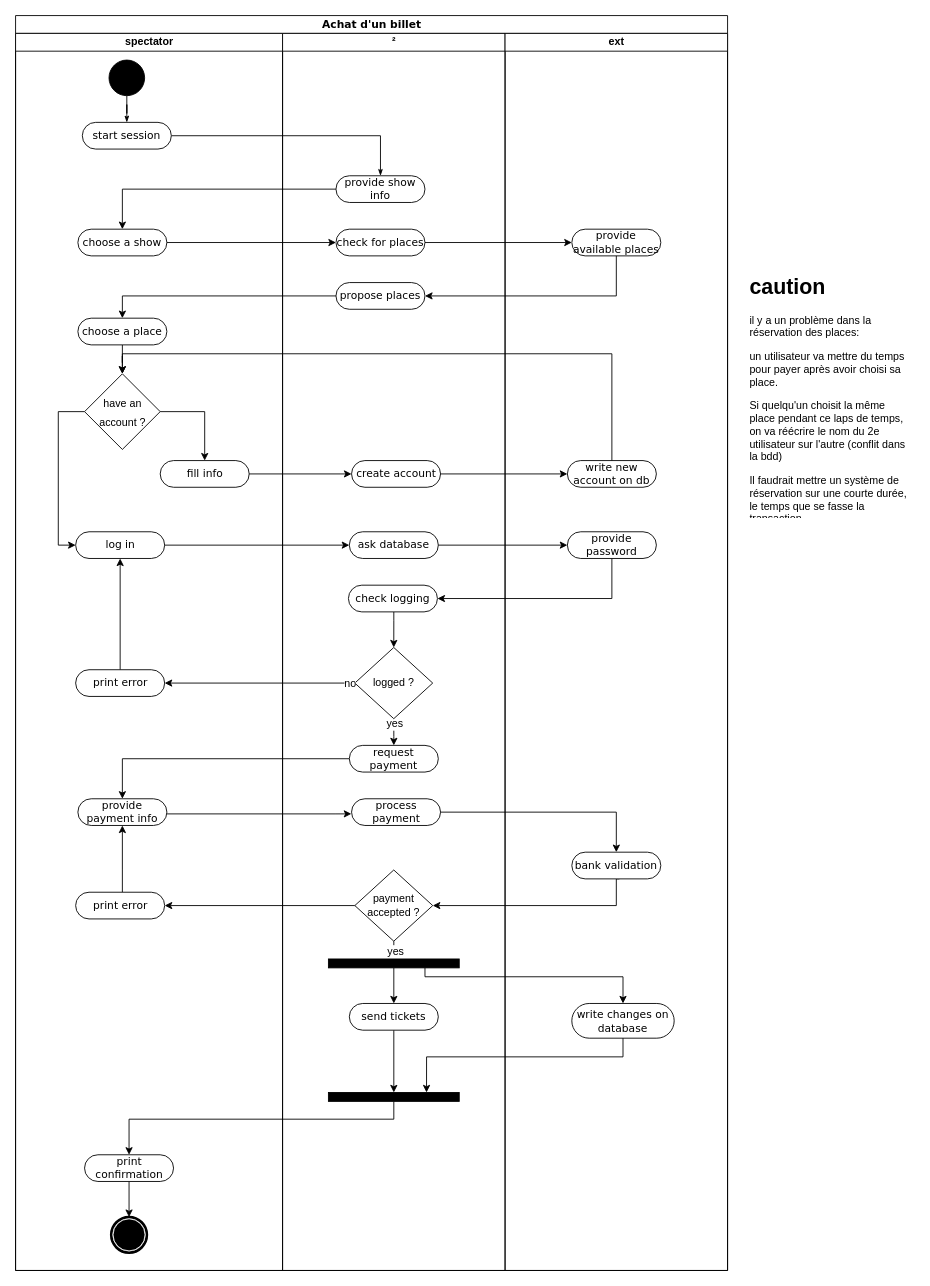
Earlier version of the draw.io diagram page "diagramme d'activité" (3 of 7) of analyse/Diagramme sans nom.drawio (baptisteRiviere/SpectacleHallManagement). Source tidied: cells renumbered, new cells numbered last; positions are measured from the earlier drawing's top-left corner, leaving out a move shared by most shapes. Both pictures are drawn from the tidied source at 89%, with x=0, y=0 at pixel (15, 15).
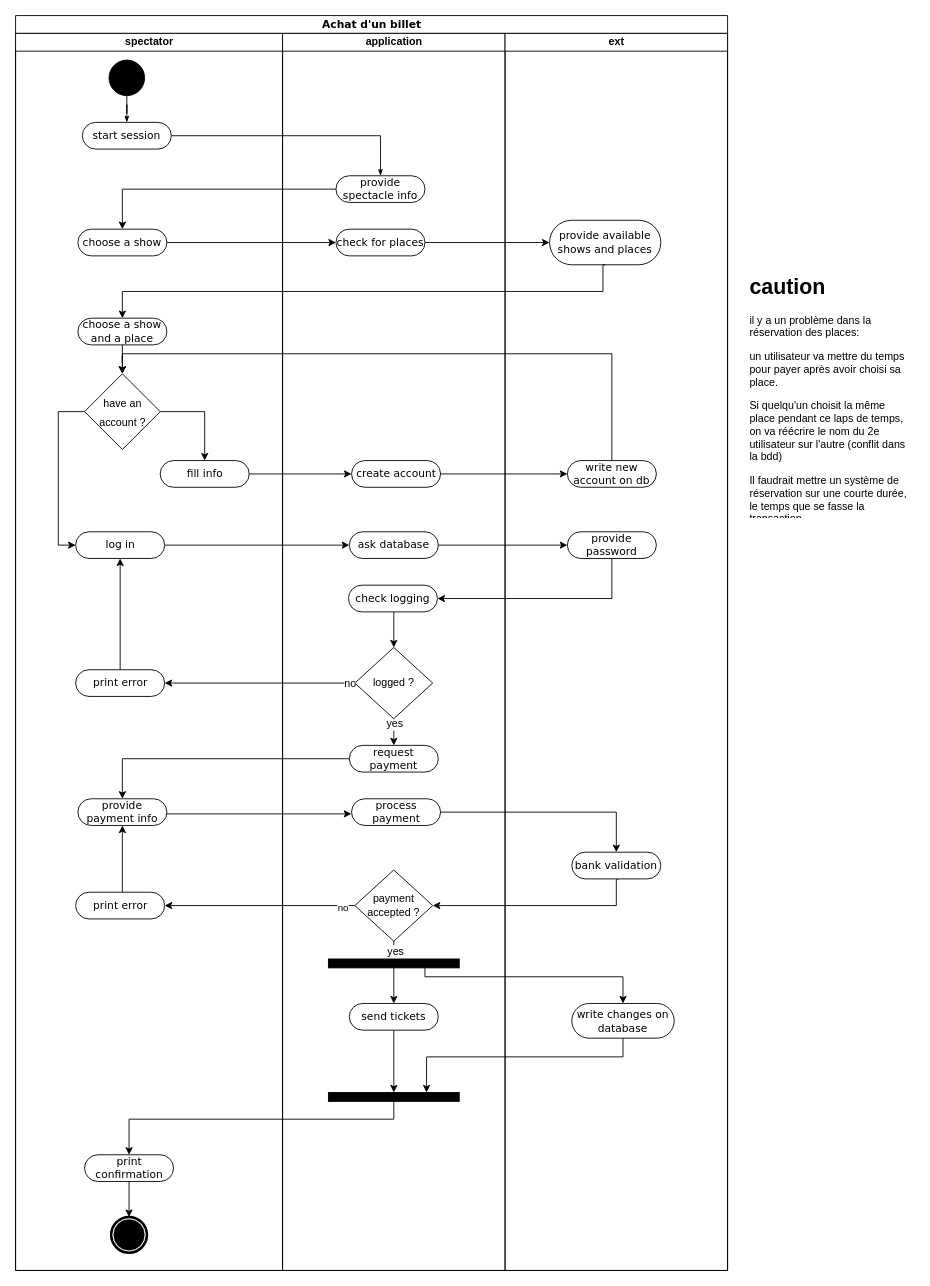
The same diagram, later.

The change refers to these unchanged cells:
```xml
<mxCell id="2" value="Achat d'un billet" style="swimlane;html=1;startSize=20;rounded=0;shadow=0;comic=0;labelBackgroundColor=none;strokeWidth=1;fontFamily=Verdana;fontSize=12;align=center;" parent="1" vertex="1">
  <mxGeometry width="800" height="1410" as="geometry" />
</mxCell>
<mxCell id="10" value="spectator" style="swimlane;html=1;startSize=20;" parent="2" vertex="1">
  <mxGeometry y="20" width="300" height="1390" as="geometry" />
</mxCell>
<mxCell id="51" style="edgeStyle=orthogonalEdgeStyle;rounded=0;jettySize=auto;html=1;entryX=1;entryY=0.5;entryDx=0;entryDy=0;fontSize=12;" parent="2" edge="1" source="36" target="27">
  <mxGeometry relative="1" as="geometry" />
</mxCell>
<mxCell id="53" value="ext" style="swimlane;html=1;startSize=20;" parent="2" vertex="1">
  <mxGeometry x="550" y="20" width="250" height="1390" as="geometry" />
</mxCell>
```

Change to the diagram source:
```diff
@@
-    <mxCell id="3" style="edgeStyle=orthogonalEdgeStyle;rounded=0;jettySize=auto;html=1;entryX=0.5;entryY=0;entryDx=0;entryDy=0;fontSize=12;exitX=0;exitY=0.5;exitDx=0;exitDy=0;" parent="2" edge="1" source="32" target="20">
-      <mxGeometry relative="1" as="geometry">
-        <Array as="points">
-          <mxPoint x="120" y="315" />
-        </Array>
-      </mxGeometry>
-    </mxCell>
@@
-    <mxCell id="20" value="choose a place" style="rounded=1;whiteSpace=wrap;html=1;shadow=0;comic=0;labelBackgroundColor=none;strokeWidth=1;fontFamily=Verdana;fontSize=12;align=center;arcSize=50;" parent="10" vertex="1">
+    <mxCell id="20" value="choose a show and a place" style="rounded=1;whiteSpace=wrap;html=1;shadow=0;comic=0;labelBackgroundColor=none;strokeWidth=1;fontFamily=Verdana;fontSize=12;align=center;arcSize=50;" parent="10" vertex="1">
       <mxGeometry x="70" y="320" width="100" height="30" as="geometry" />
     </mxCell>
@@
-    <mxCell id="30" value="²" style="swimlane;html=1;startSize=20;" parent="2" vertex="1">
+    <mxCell id="30" value="application" style="swimlane;html=1;startSize=20;" parent="2" vertex="1">
       <mxGeometry x="300" y="20" width="250" height="1390" as="geometry" />
     </mxCell>
-    <mxCell id="31" value="provide show info" style="rounded=1;whiteSpace=wrap;html=1;shadow=0;comic=0;labelBackgroundColor=none;strokeWidth=1;fontFamily=Verdana;fontSize=12;align=center;arcSize=50;" parent="30" vertex="1">
+    <mxCell id="31" value="provide spectacle info" style="rounded=1;whiteSpace=wrap;html=1;shadow=0;comic=0;labelBackgroundColor=none;strokeWidth=1;fontFamily=Verdana;fontSize=12;align=center;arcSize=50;" parent="30" vertex="1">
       <mxGeometry x="60" y="160" width="100" height="30" as="geometry" />
     </mxCell>
-    <mxCell id="32" value="propose places" style="rounded=1;whiteSpace=wrap;html=1;shadow=0;comic=0;labelBackgroundColor=none;strokeWidth=1;fontFamily=Verdana;fontSize=12;align=center;arcSize=50;" parent="30" vertex="1">
-      <mxGeometry x="60" y="280" width="100" height="30" as="geometry" />
-    </mxCell>
@@
+    <mxCell id="73" value="no" style="edgeLabel;html=1;align=center;verticalAlign=middle;" parent="51" vertex="1">
+      <mxGeometry x="-0.87" y="2" relative="1" as="geometry" />
+    </mxCell>
@@
-    <mxCell id="55" value="provide available places" style="rounded=1;whiteSpace=wrap;html=1;shadow=0;comic=0;labelBackgroundColor=none;strokeWidth=1;fontFamily=Verdana;fontSize=12;align=center;arcSize=50;" parent="53" vertex="1">
-      <mxGeometry x="75" y="220" width="100" height="30" as="geometry" />
+    <mxCell id="55" value="provide available shows and places" style="rounded=1;whiteSpace=wrap;html=1;shadow=0;comic=0;labelBackgroundColor=none;strokeWidth=1;fontFamily=Verdana;fontSize=12;align=center;arcSize=50;" parent="53" vertex="1">
+      <mxGeometry x="50" y="210" width="125" height="50" as="geometry" />
     </mxCell>
@@
-    <mxCell id="61" style="edgeStyle=orthogonalEdgeStyle;rounded=0;jettySize=auto;html=1;entryX=1;entryY=0.5;entryDx=0;entryDy=0;fontSize=12;exitX=0.5;exitY=1;exitDx=0;exitDy=0;" parent="2" edge="1" source="55" target="32">
+    <mxCell id="61" style="edgeStyle=orthogonalEdgeStyle;rounded=0;jettySize=auto;html=1;entryX=0.5;entryY=0;entryDx=0;entryDy=0;fontSize=12;exitX=0.5;exitY=1;exitDx=0;exitDy=0;" parent="2" edge="1" source="55" target="20">
       <mxGeometry relative="1" as="geometry">
         <Array as="points">
-          <mxPoint x="675" y="315" />
+          <mxPoint x="660" y="280" />
+          <mxPoint x="660" y="310" />
+          <mxPoint x="120" y="310" />
         </Array>
       </mxGeometry>
     </mxCell>
```
